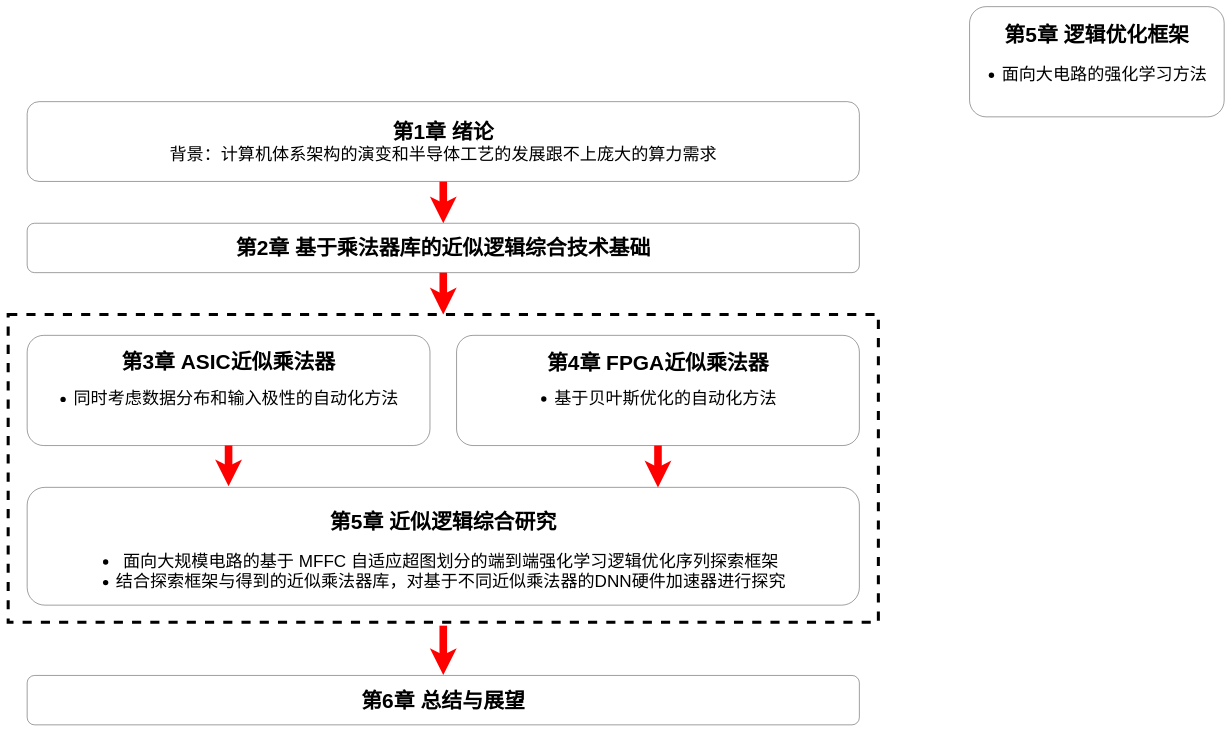
Above: page "论文结构" (10 of 10) of figs/figs.drawio in phyzhenli/phc-thesis (draw.io), before the change. Source tidied: cells renumbered, new cells numbered last; positions are measured from the earlier drawing's top-left corner, leaving out a move shared by most shapes. Both pictures are drawn from the tidied source at 38%, with x=0, y=0 at pixel (8, 6).
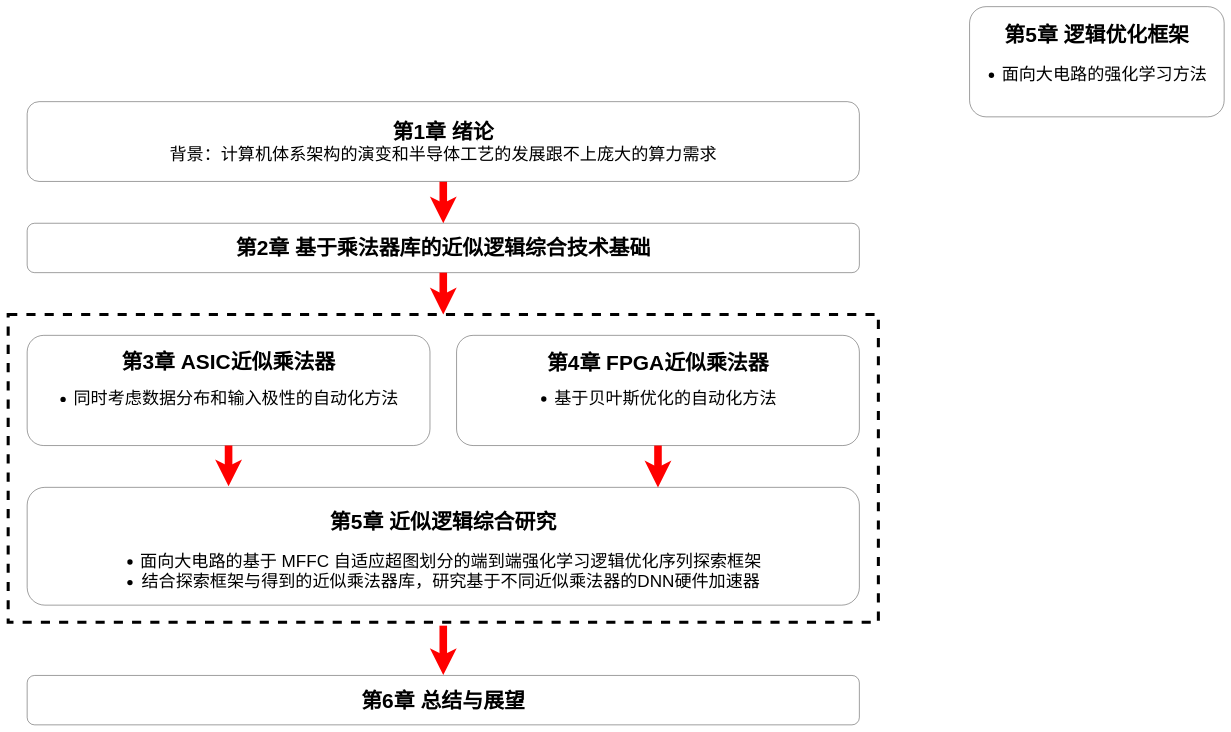
Above is the later version.

Diff of the diagram source:
```diff
@@
 <mxGraphModel>
   <root>
     <mxCell id="0" />
     <mxCell id="1" parent="0" />
     <mxCell id="2" style="edgeStyle=orthogonalEdgeStyle;rounded=0;orthogonalLoop=1;jettySize=auto;html=1;strokeColor=#FF0000;strokeWidth=20;entryX=0.5;entryY=0;entryDx=0;entryDy=0;" parent="1" edge="1">
       <mxGeometry relative="1" as="geometry">
         <mxPoint x="1145" y="1629" as="sourcePoint" />
         <mxPoint x="1145" y="1759" as="targetPoint" />
       </mxGeometry>
     </mxCell>
     <mxCell id="3" style="rounded=0;whiteSpace=wrap;html=1;fillColor=none;dashed=1;strokeWidth=8;" parent="1" vertex="1">
       <mxGeometry y="810" width="2290" height="810" as="geometry" />
     </mxCell>
     <mxCell id="4" style="edgeStyle=orthogonalEdgeStyle;rounded=0;jettySize=auto;html=1;exitX=0.5;exitY=1;exitDx=0;exitDy=0;strokeColor=#FF0000;strokeWidth=20;" parent="1" edge="1" source="5" target="6">
       <mxGeometry relative="1" as="geometry" />
     </mxCell>
     <mxCell id="5" value="&lt;font size=&quot;1&quot; style=&quot;&quot;&gt;&lt;b style=&quot;font-size: 55px;&quot;&gt;第1章 绪论&lt;/b&gt;&lt;/font&gt;&lt;div&gt;&lt;font style=&quot;font-size: 45px;&quot;&gt;背景：计算机体系架构的演变和半导体工艺的发展跟不上庞大的算力需求&lt;/font&gt;&lt;/div&gt;" style="rounded=1;whiteSpace=wrap;html=1;" parent="1" vertex="1">
       <mxGeometry x="50" y="250" width="2190" height="210" as="geometry" />
     </mxCell>
     <mxCell id="6" value="&lt;b&gt;&lt;font size=&quot;1&quot; style=&quot;&quot;&gt;&lt;span style=&quot;font-size: 55px;&quot;&gt;第2章 &lt;/span&gt;&lt;/font&gt;&lt;span style=&quot;font-size: 55px;&quot;&gt;基于乘法器库的近似逻辑综合技术基础&lt;/span&gt;&lt;/b&gt;" style="rounded=1;whiteSpace=wrap;html=1;" parent="1" vertex="1">
       <mxGeometry x="50" y="570" width="2190" height="130" as="geometry" />
     </mxCell>
     <mxCell id="7" value="&lt;p style=&quot;line-height: 120%;&quot;&gt;&lt;font size=&quot;1&quot; style=&quot;&quot;&gt;&lt;b style=&quot;font-size: 55px;&quot;&gt;第3章 ASIC近似乘法器&lt;/b&gt;&lt;/font&gt;&lt;/p&gt;&lt;div style=&quot;font-size: 45px; line-height: 120%;&quot;&gt;&lt;ul style=&quot;line-height: 120%;&quot;&gt;&lt;li style=&quot;&quot;&gt;&lt;span style=&quot;background-color: initial;&quot;&gt;同时考虑数据分布和输入极性的自动化方法&lt;/span&gt;&lt;/li&gt;&lt;/ul&gt;&lt;/div&gt;&lt;p&gt;&lt;/p&gt;" style="rounded=1;whiteSpace=wrap;html=1;" parent="1" vertex="1">
       <mxGeometry x="50" y="865" width="1060" height="290" as="geometry" />
     </mxCell>
     <mxCell id="8" value="&lt;p style=&quot;line-height: 120%;&quot;&gt;&lt;font style=&quot;font-size: 54px;&quot;&gt;&lt;b style=&quot;font-size: 55px;&quot;&gt;第4章 FPGA近似乘法器&lt;/b&gt;&lt;/font&gt;&lt;/p&gt;&lt;div style=&quot;font-size: 45px; line-height: 120%;&quot;&gt;&lt;ul style=&quot;line-height: 120%;&quot;&gt;&lt;li style=&quot;&quot;&gt;基于贝叶斯优化的自动化方法&lt;/li&gt;&lt;/ul&gt;&lt;/div&gt;&lt;p&gt;&lt;/p&gt;" style="rounded=1;whiteSpace=wrap;html=1;" parent="1" vertex="1">
       <mxGeometry x="1180" y="865" width="1060" height="290" as="geometry" />
     </mxCell>
     <mxCell id="9" value="&lt;font size=&quot;1&quot; style=&quot;&quot;&gt;&lt;b style=&quot;font-size: 55px;&quot;&gt;第5章 逻辑优化框架&lt;/b&gt;&lt;/font&gt;&lt;div style=&quot;font-size: 45px;&quot;&gt;&lt;ul style=&quot;&quot;&gt;&lt;li style=&quot;&quot;&gt;面向大电路的强化学习方法&lt;/li&gt;&lt;/ul&gt;&lt;/div&gt;" style="rounded=1;whiteSpace=wrap;html=1;" parent="1" vertex="1">
       <mxGeometry x="2530" width="670" height="290" as="geometry" />
     </mxCell>
-    <mxCell id="10" value="&lt;font size=&quot;1&quot; style=&quot;&quot;&gt;&lt;b style=&quot;font-size: 55px;&quot;&gt;&lt;br&gt;第5章 近似逻辑综合研究&lt;/b&gt;&lt;/font&gt;&lt;div style=&quot;font-size: 45px;&quot;&gt;&lt;ul style=&quot;&quot;&gt;&lt;li style=&quot;&quot;&gt;面向大规模电路的基于 MFFC 自适应超图划分的端到端强化学习逻辑优化序列探索框架&lt;br&gt;&lt;/li&gt;&lt;li style=&quot;font-size: 45px; border-color: var(--border-color);&quot;&gt;结合探索框架与得到的近似乘法器库，对基于不同近似乘法器的DNN硬件加速器进行探究&lt;/li&gt;&lt;/ul&gt;&lt;/div&gt;" style="rounded=1;whiteSpace=wrap;html=1;" parent="1" vertex="1">
+    <mxCell id="10" value="&lt;font size=&quot;1&quot; style=&quot;&quot;&gt;&lt;b style=&quot;font-size: 55px;&quot;&gt;&lt;br&gt;第5章 近似逻辑综合研究&lt;/b&gt;&lt;/font&gt;&lt;div style=&quot;font-size: 45px;&quot;&gt;&lt;ul style=&quot;&quot;&gt;&lt;li style=&quot;&quot;&gt;面向大电路的基于 MFFC 自适应超图划分的端到端强化学习逻辑优化序列探索框架&lt;br&gt;&lt;/li&gt;&lt;li style=&quot;font-size: 45px; border-color: var(--border-color);&quot;&gt;结合探索框架与得到的近似乘法器库，研究基于不同近似乘法器的DNN硬件加速器&lt;/li&gt;&lt;/ul&gt;&lt;/div&gt;" style="rounded=1;whiteSpace=wrap;html=1;" parent="1" vertex="1">
       <mxGeometry x="50" y="1265" width="2190" height="310" as="geometry" />
     </mxCell>
     <mxCell id="11" style="edgeStyle=orthogonalEdgeStyle;rounded=0;jettySize=auto;html=1;exitX=0.5;exitY=1;exitDx=0;exitDy=0;strokeColor=#FF0000;strokeWidth=20;entryX=0.5;entryY=0;entryDx=0;entryDy=0;" parent="1" edge="1" source="6" target="3">
       <mxGeometry relative="1" as="geometry" />
     </mxCell>
     <mxCell id="12" style="edgeStyle=orthogonalEdgeStyle;rounded=0;jettySize=auto;html=1;exitX=0.5;exitY=1;exitDx=0;exitDy=0;strokeColor=#FF0000;strokeWidth=20;entryX=0.242;entryY=-0.009;entryDx=0;entryDy=0;entryPerimeter=0;" parent="1" edge="1" source="7" target="10">
       <mxGeometry relative="1" as="geometry" />
     </mxCell>
     <mxCell id="13" value="&lt;font size=&quot;1&quot; style=&quot;&quot;&gt;&lt;b style=&quot;font-size: 55px;&quot;&gt;第6章 &lt;/b&gt;&lt;/font&gt;&lt;span style=&quot;font-size: 55px;&quot;&gt;&lt;b&gt;总结与展望&lt;/b&gt;&lt;/span&gt;" style="rounded=1;whiteSpace=wrap;html=1;" parent="1" vertex="1">
       <mxGeometry x="50" y="1760" width="2190" height="130" as="geometry" />
     </mxCell>
     <mxCell id="14" style="edgeStyle=orthogonalEdgeStyle;rounded=0;jettySize=auto;html=1;strokeColor=#FF0000;strokeWidth=20;entryX=0.758;entryY=0.001;entryDx=0;entryDy=0;entryPerimeter=0;" parent="1" edge="1" source="8" target="10">
       <mxGeometry relative="1" as="geometry" />
     </mxCell>
   </root>
 </mxGraphModel>
```
